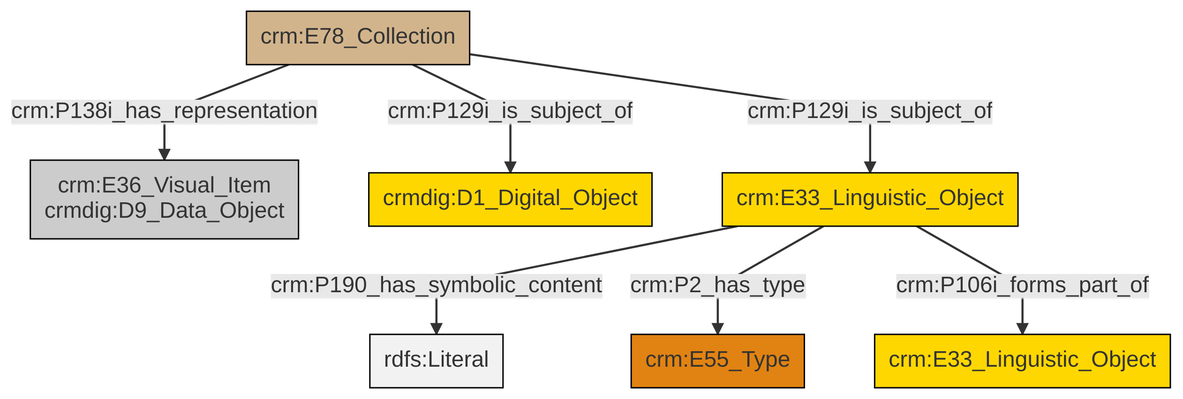
Before: et/archivalCSV/ttl/mmd/png/archival_docs.png, a diagram exported from Mermaid (swiss-art-research-net/docs.swissartresearch). Its source is kept beside it as et/archivalCSV/ttl/mmd/archival_docs.ttl.mmd.
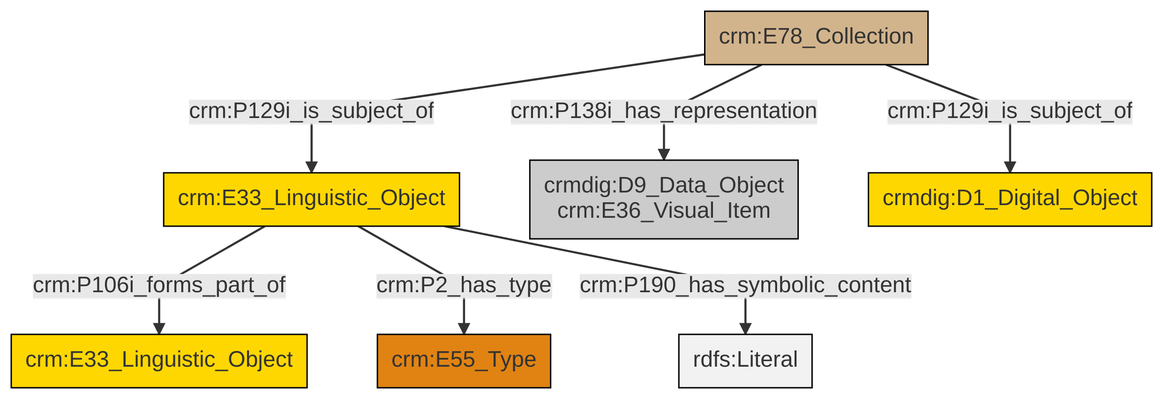
The same file after the commit.

What changed in the source:
```diff
@@ -13,9 +13,9 @@
 classDef PC_Classes fill:#4ce600, stroke:#000000;
 classDef Multi fill:#cccccc,stroke:#000000;
 
-0["crm:E78_Collection"]:::Physical_Thing -->|crm:P138i_has_representation| 1["crm:E36_Visual_Item<br>crmdig:D9_Data_Object"]:::Multi
-0["crm:E78_Collection"]:::Physical_Thing -->|crm:P129i_is_subject_of| 2["crmdig:D1_Digital_Object"]:::Conceptual_Object
-3["crm:E33_Linguistic_Object"]:::Conceptual_Object -->|crm:P190_has_symbolic_content| 5[rdfs:Literal]:::Literal
-0["crm:E78_Collection"]:::Physical_Thing -->|crm:P129i_is_subject_of| 3["crm:E33_Linguistic_Object"]:::Conceptual_Object
-3["crm:E33_Linguistic_Object"]:::Conceptual_Object -->|crm:P2_has_type| 11["crm:E55_Type"]:::Type
-3["crm:E33_Linguistic_Object"]:::Conceptual_Object -->|crm:P106i_forms_part_of| 7["crm:E33_Linguistic_Object"]:::Conceptual_Object
+0["crm:E78_Collection"]:::Physical_Thing -->|crm:P129i_is_subject_of| 1["crm:E33_Linguistic_Object"]:::Conceptual_Object
+1["crm:E33_Linguistic_Object"]:::Conceptual_Object -->|crm:P106i_forms_part_of| 3["crm:E33_Linguistic_Object"]:::Conceptual_Object
+1["crm:E33_Linguistic_Object"]:::Conceptual_Object -->|crm:P2_has_type| 4["crm:E55_Type"]:::Type
+0["crm:E78_Collection"]:::Physical_Thing -->|crm:P129i_is_subject_of| 12["crmdig:D1_Digital_Object"]:::Conceptual_Object
+1["crm:E33_Linguistic_Object"]:::Conceptual_Object -->|crm:P190_has_symbolic_content| 13[rdfs:Literal]:::Literal
+0["crm:E78_Collection"]:::Physical_Thing -->|crm:P138i_has_representation| 7["crmdig:D9_Data_Object<br>crm:E36_Visual_Item"]:::Multi
```
